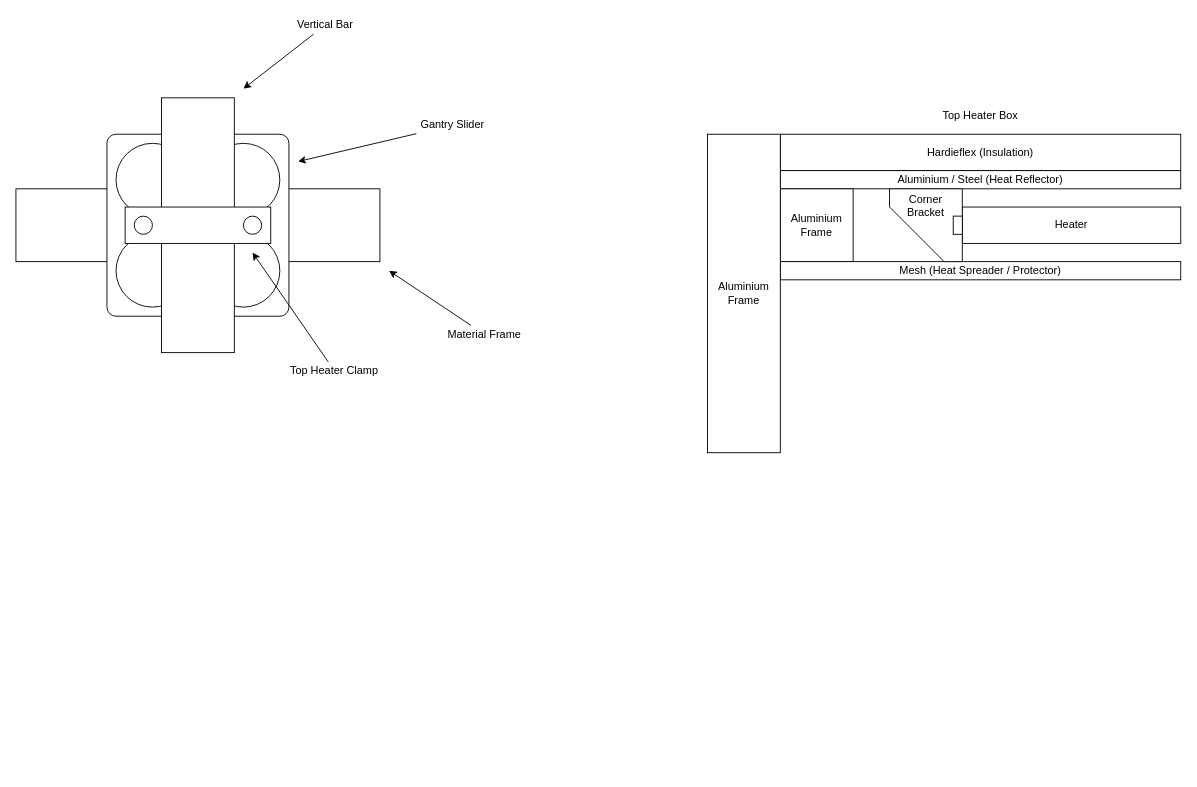
XCR1793/Vacuum-Former keeps this draw.io diagram as page "Brainstorm" (2 of 2) of Documents/Vacuum Former V5-1.drawio. Above is the earlier version. Source tidied: cells renumbered, new cells numbered last; positions are measured from the earlier drawing's top-left corner, leaving out a move shared by most shapes. Both pictures are drawn from the tidied source at 91%, with x=0, y=0 at pixel (15, 15).
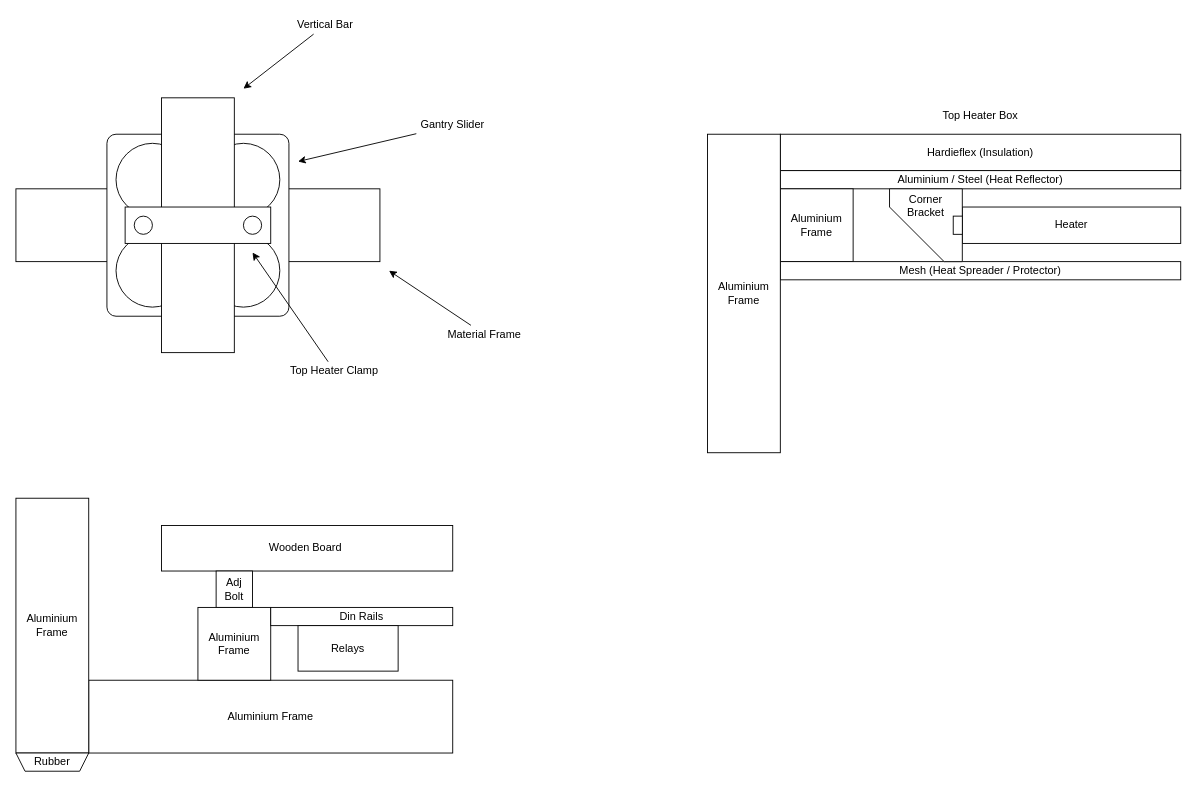
After the change.

Commit message:
Added Base Ideation

The edit, as a diff of the source:
```diff
@@
+    <mxCell id="29" value="Aluminium Frame" style="rounded=0;whiteSpace=wrap;html=1;" parent="1" vertex="1">
+      <mxGeometry x="80" y="730" width="400" height="80" as="geometry" />
+    </mxCell>
+    <mxCell id="30" value="&lt;div&gt;Aluminium&lt;/div&gt;Frame" style="rounded=0;whiteSpace=wrap;html=1;" parent="1" vertex="1">
+      <mxGeometry y="530" width="80" height="280" as="geometry" />
+    </mxCell>
+    <mxCell id="31" value="Wooden Board&amp;nbsp;" style="rounded=0;whiteSpace=wrap;html=1;" parent="1" vertex="1">
+      <mxGeometry x="160" y="560" width="320" height="50" as="geometry" />
+    </mxCell>
+    <mxCell id="32" value="Adj&lt;div&gt;Bolt&lt;/div&gt;" style="rounded=0;whiteSpace=wrap;html=1;" parent="1" vertex="1">
+      <mxGeometry x="220" y="610" width="40" height="40" as="geometry" />
+    </mxCell>
+    <mxCell id="33" value="Rubber" style="shape=trapezoid;perimeter=trapezoidPerimeter;whiteSpace=wrap;html=1;fixedSize=1;direction=west;size=10;" parent="1" vertex="1">
+      <mxGeometry y="810" width="80" height="20" as="geometry" />
+    </mxCell>
+    <mxCell id="34" value="Aluminium&lt;div&gt;Frame&lt;/div&gt;" style="rounded=0;whiteSpace=wrap;html=1;" parent="1" vertex="1">
+      <mxGeometry x="200" y="650" width="80" height="80" as="geometry" />
+    </mxCell>
+    <mxCell id="35" value="Din Rails" style="rounded=0;whiteSpace=wrap;html=1;" parent="1" vertex="1">
+      <mxGeometry x="280" y="650" width="200" height="20" as="geometry" />
+    </mxCell>
+    <mxCell id="36" value="Relays" style="rounded=0;whiteSpace=wrap;html=1;" parent="1" vertex="1">
+      <mxGeometry x="310" y="670" width="110" height="50" as="geometry" />
+    </mxCell>
```
